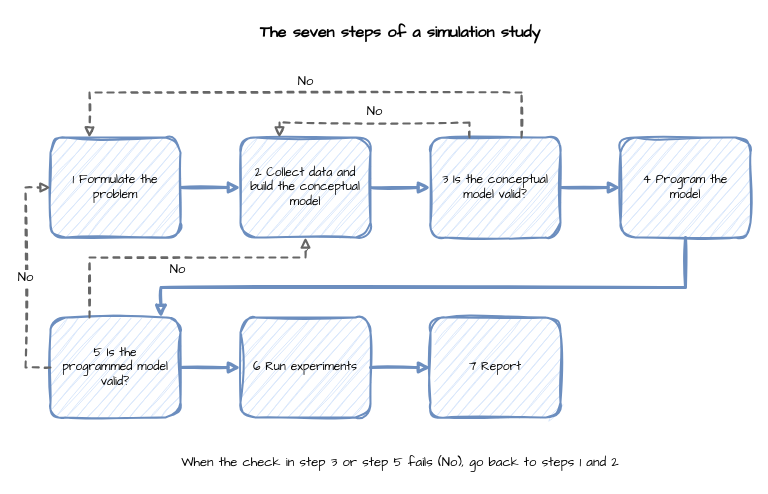
Above: docs/assets/diagrams/study-steps.drawio in jaehyeon-kim/desflow (draw.io), before the change. Source tidied: cells renumbered, new cells numbered last; positions are measured from the earlier drawing's top-left corner, leaving out a move shared by most shapes. Both pictures are drawn from the tidied source at 100%, with x=0, y=0 at pixel (25, 17).
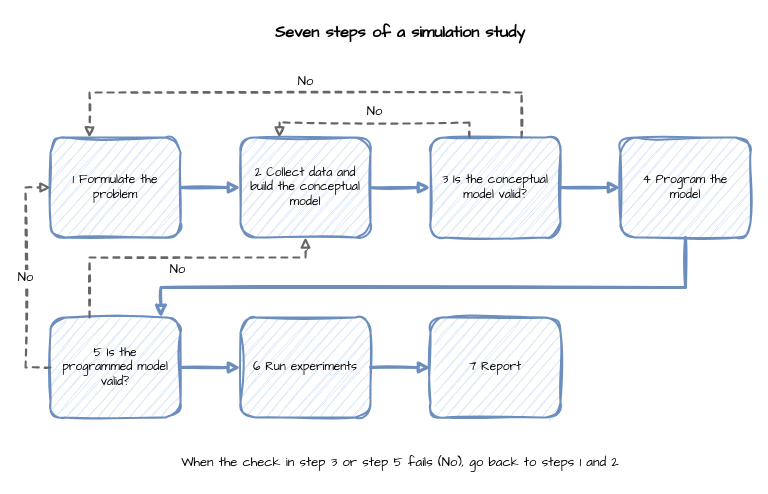
The same diagram, later.

What changed in the source:
```diff
@@
-    <mxCell id="2" value="The seven steps of a simulation study" style="text;html=1;align=center;verticalAlign=middle;whiteSpace=wrap;sketch=1;curveFitting=1;jiggle=2;fontFamily=Comic Sans MS;fontSize=16;fontStyle=1;" parent="1" vertex="1">
+    <mxCell id="2" value="Seven steps of a simulation study" style="text;html=1;align=center;verticalAlign=middle;whiteSpace=wrap;sketch=1;curveFitting=1;jiggle=2;fontFamily=Comic Sans MS;fontSize=16;fontStyle=1;" parent="1" vertex="1">
       <mxGeometry x="25" width="700" height="30" as="geometry" />
     </mxCell>
```
